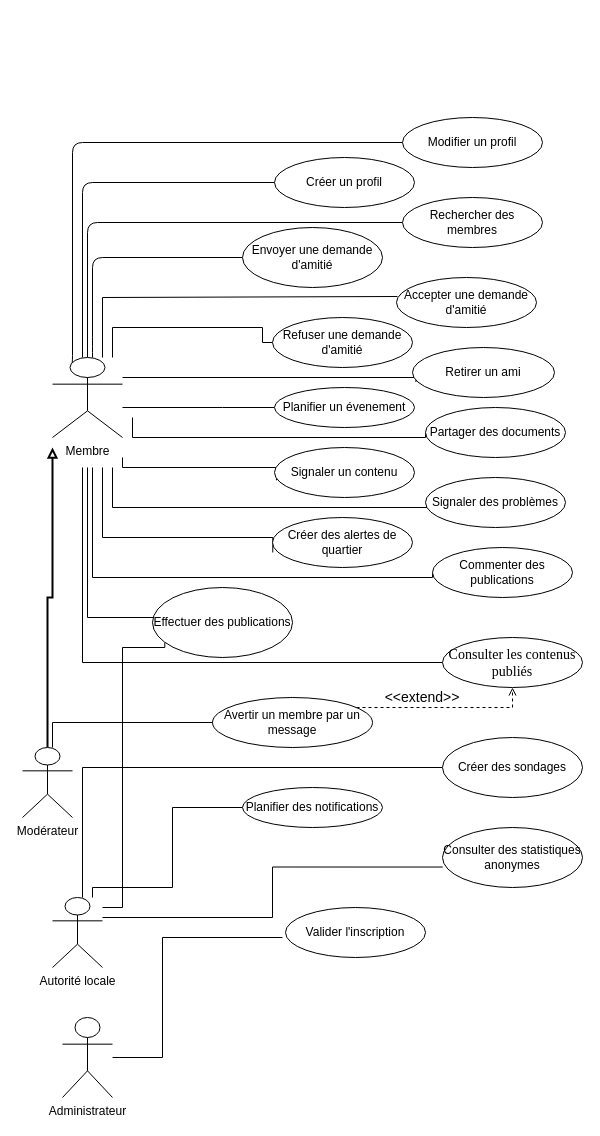
Earlier version of the draw.io diagram Diagrammecasu.drawio (Adjaro/Projet_Poo). Source tidied: cells renumbered, new cells numbered last; positions are measured from the earlier drawing's top-left corner, leaving out a move shared by most shapes. Both pictures are drawn from the tidied source at 100%, with x=0, y=0 at pixel (22, 117).
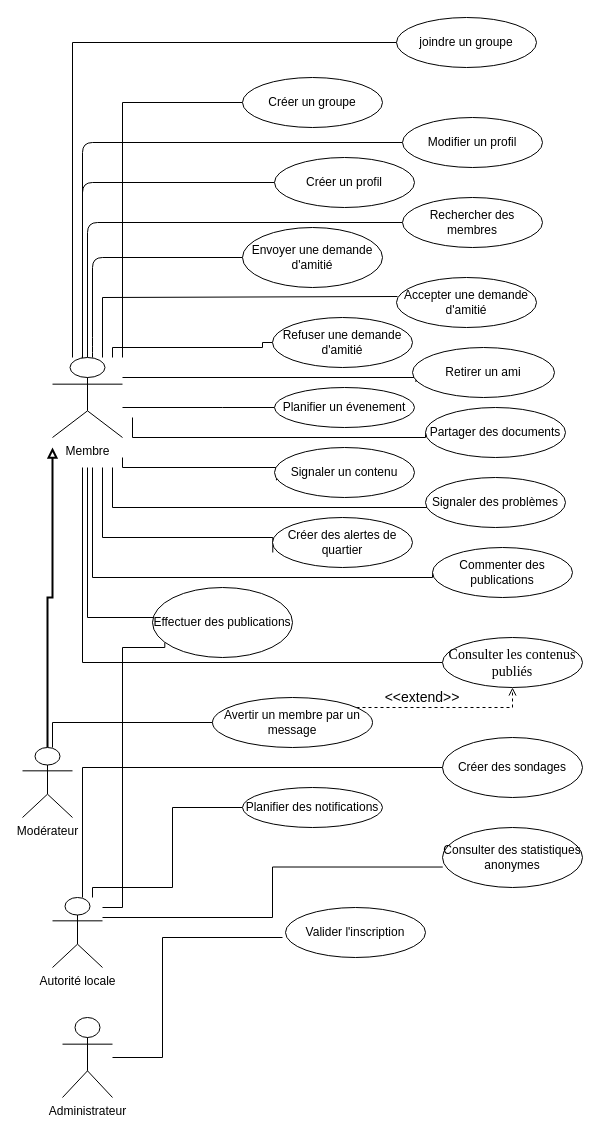
The same page after the edit.

Commit message:
Mettre à jour Diagrammecasu.drawio

The change refers to these unchanged cells:
```xml
<mxCell id="17" value="Membre" style="shape=umlActor;verticalLabelPosition=bottom;verticalAlign=top;html=1;outlineConnect=0;" parent="1" vertex="1">
  <mxGeometry x="30" y="240" width="70" height="80" as="geometry" />
</mxCell>
<mxCell id="30" value="Refuser une demande d'amitié" style="ellipse;whiteSpace=wrap;html=1;" parent="1" vertex="1">
  <mxGeometry x="250" y="200" width="140" height="50" as="geometry" />
</mxCell>
<mxCell id="38" value="Modifier un profil" style="ellipse;whiteSpace=wrap;html=1;" parent="1" vertex="1">
  <mxGeometry x="380" width="140" height="50" as="geometry" />
</mxCell>
```

What changed in the source:
```diff
@@
     <mxCell id="3" style="edgeStyle=orthogonalEdgeStyle;rounded=1;jettySize=auto;html=1;entryX=0;entryY=0.5;entryDx=0;entryDy=0;endArrow=none;endFill=0;exitX=0.25;exitY=0.1;exitDx=0;exitDy=0;exitPerimeter=0;" parent="1" edge="1" source="17" target="38">
       <mxGeometry relative="1" as="geometry">
         <Array as="points">
-          <mxPoint x="50" y="248" />
-          <mxPoint x="50" y="25" />
+          <mxPoint x="60" y="248" />
+          <mxPoint x="60" y="25" />
         </Array>
       </mxGeometry>
     </mxCell>
@@
     <mxCell id="7" style="edgeStyle=orthogonalEdgeStyle;rounded=0;jettySize=auto;html=1;entryX=0;entryY=0.5;entryDx=0;entryDy=0;endArrow=none;endFill=0;" parent="1" edge="1" source="17" target="30">
       <mxGeometry relative="1" as="geometry">
         <Array as="points">
-          <mxPoint x="90" y="210" />
-          <mxPoint x="240" y="210" />
+          <mxPoint x="90" y="230" />
+          <mxPoint x="240" y="230" />
           <mxPoint x="240" y="225" />
         </Array>
       </mxGeometry>
     </mxCell>
@@
+    <mxCell id="50" style="edgeStyle=orthogonalEdgeStyle;rounded=0;jettySize=auto;html=1;entryX=0;entryY=0.5;entryDx=0;entryDy=0;endArrow=none;endFill=0;" parent="1" edge="1" source="17" target="53">
+      <mxGeometry relative="1" as="geometry">
+        <Array as="points">
+          <mxPoint x="100" y="-15" />
+        </Array>
+      </mxGeometry>
+    </mxCell>
+    <mxCell id="51" style="edgeStyle=orthogonalEdgeStyle;rounded=0;jettySize=auto;html=1;entryX=0;entryY=0.5;entryDx=0;entryDy=0;endArrow=none;endFill=0;" parent="1" edge="1" source="17" target="52">
+      <mxGeometry relative="1" as="geometry">
+        <Array as="points">
+          <mxPoint x="50" y="-75" />
+        </Array>
+      </mxGeometry>
+    </mxCell>
@@
+    <mxCell id="52" value="joindre un groupe" style="ellipse;whiteSpace=wrap;html=1;" parent="1" vertex="1">
+      <mxGeometry x="374" y="-100" width="140" height="50" as="geometry" />
+    </mxCell>
+    <mxCell id="53" value="Créer un groupe" style="ellipse;whiteSpace=wrap;html=1;" parent="1" vertex="1">
+      <mxGeometry x="220" y="-40" width="140" height="50" as="geometry" />
+    </mxCell>
```
